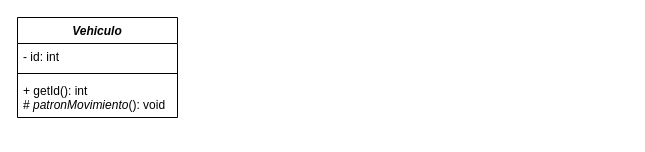
This is docs/SmartLogistics_System_UML.drawio from Snti720/SmartLogistics-System, a draw.io file, before an edit. Source tidied: cells renumbered, new cells numbered last; positions are measured from the earlier drawing's top-left corner, leaving out a move shared by most shapes. Both pictures are drawn from the tidied source at 100%, with x=0, y=0 at pixel (17, 17).
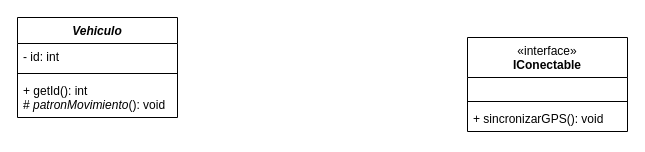
After the change.

Change to the diagram source:
```diff
@@
 <mxGraphModel>
   <root>
     <mxCell id="0" />
     <mxCell id="1" parent="0" />
     <mxCell id="2" value="&lt;i&gt;Vehiculo&lt;/i&gt;" style="swimlane;fontStyle=1;align=center;verticalAlign=top;horizontal=1;startSize=26;whiteSpace=wrap;html=1;" parent="1" vertex="1">
       <mxGeometry width="160" height="100" as="geometry" />
     </mxCell>
     <mxCell id="3" value="- id: int" style="text;strokeColor=none;fillColor=none;align=left;verticalAlign=top;spacingLeft=4;spacingRight=4;overflow=hidden;whiteSpace=wrap;html=1;" parent="2" vertex="1">
       <mxGeometry y="26" width="160" height="26" as="geometry" />
     </mxCell>
     <mxCell id="4" style="line;strokeWidth=1;fillColor=none;align=left;verticalAlign=middle;spacingTop=-1;spacingLeft=3;spacingRight=3;labelPosition=right;strokeColor=inherit;" parent="2" vertex="1">
       <mxGeometry y="52" width="160" height="8" as="geometry" />
     </mxCell>
     <mxCell id="5" value="+ getId(): int&lt;div&gt;# &lt;i&gt;patronMovimiento&lt;/i&gt;(): void&lt;/div&gt;" style="text;strokeColor=none;fillColor=none;align=left;verticalAlign=top;spacingLeft=4;spacingRight=4;overflow=hidden;whiteSpace=wrap;html=1;" parent="2" vertex="1">
       <mxGeometry y="60" width="160" height="40" as="geometry" />
     </mxCell>
+    <mxCell id="6" value="&lt;span style=&quot;font-weight: 400;&quot;&gt;«interface»&lt;/span&gt;&lt;br style=&quot;font-weight: 400;&quot;&gt;&lt;b&gt;IConectable&lt;/b&gt;" style="swimlane;fontStyle=1;align=center;verticalAlign=top;horizontal=1;startSize=40;whiteSpace=wrap;html=1;" parent="1" vertex="1">
+      <mxGeometry x="450" y="20" width="160" height="94" as="geometry" />
+    </mxCell>
+    <mxCell id="7" value="&lt;div&gt;&lt;br&gt;&lt;/div&gt;&lt;div&gt;&lt;br&gt;&lt;/div&gt;" style="text;strokeColor=none;fillColor=none;align=left;verticalAlign=top;spacingLeft=4;spacingRight=4;overflow=hidden;whiteSpace=wrap;html=1;" parent="6" vertex="1">
+      <mxGeometry y="40" width="160" height="20" as="geometry" />
+    </mxCell>
+    <mxCell id="8" style="line;strokeWidth=1;fillColor=none;align=left;verticalAlign=middle;spacingTop=-1;spacingLeft=3;spacingRight=3;labelPosition=right;strokeColor=inherit;" parent="6" vertex="1">
+      <mxGeometry y="60" width="160" height="8" as="geometry" />
+    </mxCell>
+    <mxCell id="9" value="+ sincronizarGPS(): void" style="text;strokeColor=none;fillColor=none;align=left;verticalAlign=top;spacingLeft=4;spacingRight=4;overflow=hidden;whiteSpace=wrap;html=1;" parent="6" vertex="1">
+      <mxGeometry y="68" width="160" height="26" as="geometry" />
+    </mxCell>
   </root>
 </mxGraphModel>
```
